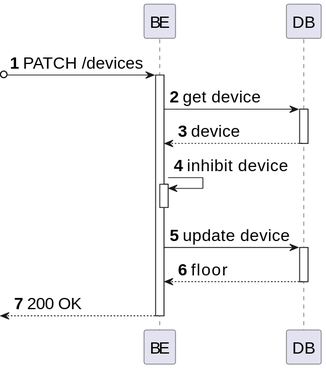
The PlantUML diagram _wiki/sprint-a/us20-370/views/level-3/assets/process-view.svg in miseEnPlace-dev/lapr5, before a commit.
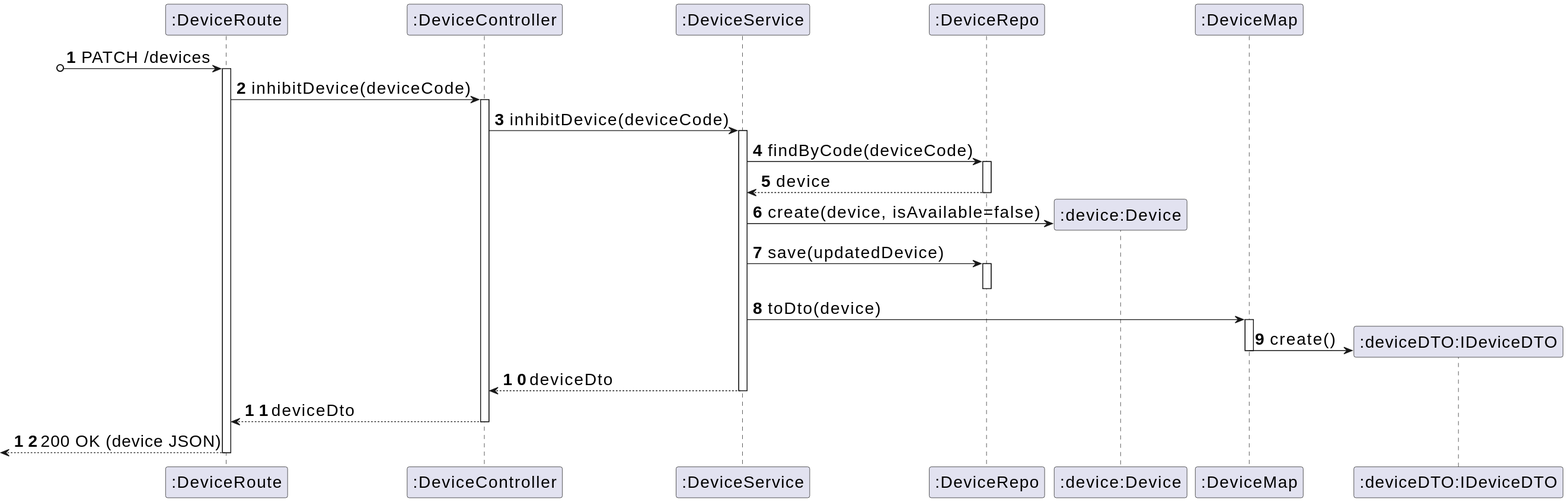
The same diagram one commit later.

Change to the diagram source:
```diff
@@ -1,25 +1,36 @@
 @startuml
 skinparamlocked defaultFontSize 20
 autonumber
-participant BE as "BE"
-participant DB as "DB"
+participant route as ":DeviceRoute"
+participant controller as ":DeviceController"
+participant service as ":DeviceService"
+participant device_repo as ":DeviceRepo"
+participant device as ":device:Device"
+participant map as ":DeviceMap"
+participant dto as ":deviceDTO:IDeviceDTO"
 
-?o-> BE :  PATCH /devices
-activate BE
-
-BE -> DB : get device
-activate DB
-DB --> BE : device
-deactivate DB
-
-BE -> BE : inhibit device
-activate BE
-deactivate BE
-BE -> DB : update device
-activate DB
-DB --> BE : floor
-deactivate DB
-
-<-- BE : 200 OK
-deactivate BE
+?o-> route : PATCH /devices
+activate route
+route -> controller : inhibitDevice(deviceCode)
+activate controller
+controller -> service : inhibitDevice(deviceCode)
+activate service
+service -> device_repo : findByCode(deviceCode)
+activate device_repo
+service <-- device_repo : device
+deactivate device_repo
+service -> device** : create(device, isAvailable=false)
+service -> device_repo : save(updatedDevice)
+activate device_repo
+deactivate device_repo
+service -> map : toDto(device)
+activate map
+map -> dto** : create()
+deactivate map
+service --> controller : deviceDto
+deactivate service
+controller --> route : deviceDto
+deactivate controller
+<-- route : 200 OK (device JSON)
+deactivate route
 @enduml
```
